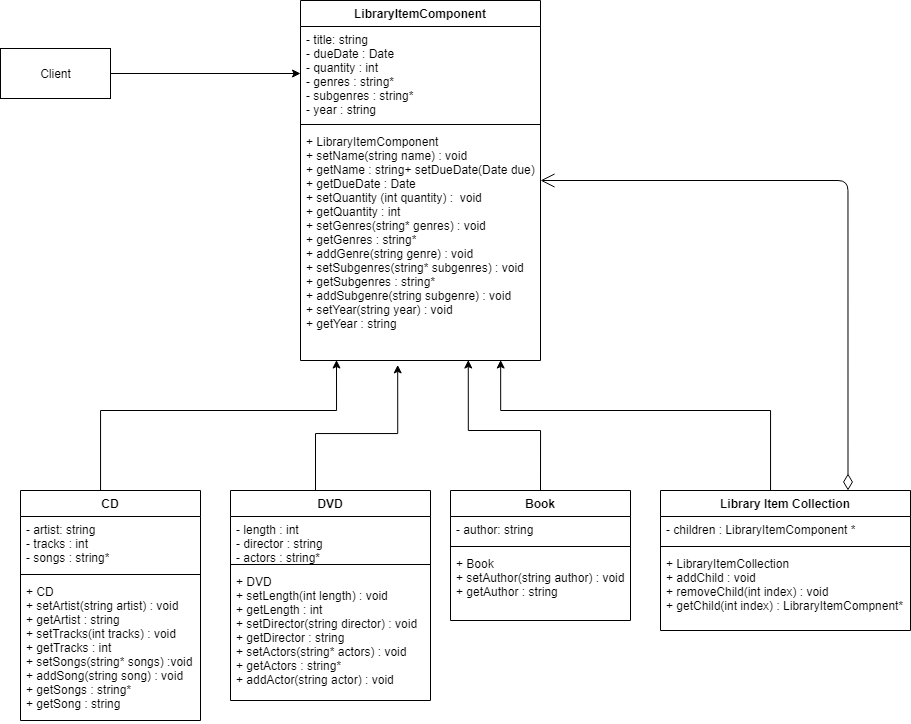
Before: images/LibraryItemUML.png, a diagram exported from draw.io (umustdye/Book-Worms). Source tidied: cells renumbered, new cells last; positions are measured from the earlier drawing's top-left corner, leaving out a move shared by most shapes. Its diagram source:
```xml
<mxGraphModel>
  <root>
    <mxCell id="0" />
    <mxCell id="1" parent="0" />
    <mxCell id="2" style="edgeStyle=orthogonalEdgeStyle;rounded=0;jettySize=auto;html=1;exitX=0.5;exitY=0;exitDx=0;exitDy=0;entryX=0.15;entryY=0.998;entryDx=0;entryDy=0;entryPerimeter=0;" parent="1" edge="1" source="3" target="25">
      <mxGeometry relative="1" as="geometry">
        <Array as="points">
          <mxPoint x="100" y="490" />
          <mxPoint x="100" y="410" />
          <mxPoint x="336" y="410" />
        </Array>
      </mxGeometry>
    </mxCell>
    <mxCell id="3" value="CD" style="swimlane;fontStyle=1;align=center;verticalAlign=top;horizontal=1;startSize=26;" parent="1" vertex="1">
      <mxGeometry x="20" y="490" width="180" height="230" as="geometry" />
    </mxCell>
    <mxCell id="4" value="- artist: string&#10;- tracks : int&#10;- songs : string*" style="text;strokeColor=none;fillColor=none;align=left;verticalAlign=top;spacingLeft=4;spacingRight=4;overflow=hidden;" parent="3" vertex="1">
      <mxGeometry y="26" width="180" height="54" as="geometry" />
    </mxCell>
    <mxCell id="5" style="line;strokeWidth=1;fillColor=none;align=left;verticalAlign=middle;spacingTop=-1;spacingLeft=3;spacingRight=3;labelPosition=right;" parent="3" vertex="1">
      <mxGeometry y="80" width="180" height="8" as="geometry" />
    </mxCell>
    <mxCell id="6" value="+ CD&#10;+ setArtist(string artist) : void&#10;+ getArtist : string&#10;+ setTracks(int tracks) : void&#10;+ getTracks : int&#10;+ setSongs(string* songs) :void&#10;+ addSong(string song) : void&#10;+ getSongs : string*&#10;+ getSong : string&#10;" style="text;strokeColor=none;fillColor=none;align=left;verticalAlign=top;spacingLeft=4;spacingRight=4;overflow=hidden;" parent="3" vertex="1">
      <mxGeometry y="88" width="180" height="142" as="geometry" />
    </mxCell>
    <mxCell id="7" style="edgeStyle=orthogonalEdgeStyle;rounded=0;jettySize=auto;html=1;exitX=0.5;exitY=0;exitDx=0;exitDy=0;entryX=0.405;entryY=1.019;entryDx=0;entryDy=0;entryPerimeter=0;" parent="1" edge="1" source="8" target="25">
      <mxGeometry relative="1" as="geometry">
        <Array as="points">
          <mxPoint x="315" y="433" />
          <mxPoint x="397" y="433" />
        </Array>
      </mxGeometry>
    </mxCell>
    <mxCell id="8" value="DVD" style="swimlane;fontStyle=1;align=center;verticalAlign=top;horizontal=1;startSize=26;" parent="1" vertex="1">
      <mxGeometry x="230" y="490" width="200" height="210" as="geometry" />
    </mxCell>
    <mxCell id="9" value="- length : int&#10;- director : string&#10;- actors : string*" style="text;strokeColor=none;fillColor=none;align=left;verticalAlign=top;spacingLeft=4;spacingRight=4;overflow=hidden;" parent="8" vertex="1">
      <mxGeometry y="26" width="200" height="44" as="geometry" />
    </mxCell>
    <mxCell id="10" style="line;strokeWidth=1;fillColor=none;align=left;verticalAlign=middle;spacingTop=-1;spacingLeft=3;spacingRight=3;labelPosition=right;" parent="8" vertex="1">
      <mxGeometry y="70" width="200" height="8" as="geometry" />
    </mxCell>
    <mxCell id="11" value="+ DVD&#10;+ setLength(int length) : void&#10;+ getLength : int&#10;+ setDirector(string director) : void&#10;+ getDirector : string&#10;+ setActors(string* actors) : void&#10;+ getActors : string*&#10;+ addActor(string actor) : void" style="text;strokeColor=none;fillColor=none;align=left;verticalAlign=top;spacingLeft=4;spacingRight=4;overflow=hidden;" parent="8" vertex="1">
      <mxGeometry y="78" width="200" height="132" as="geometry" />
    </mxCell>
    <mxCell id="12" style="edgeStyle=orthogonalEdgeStyle;rounded=0;jettySize=auto;html=1;exitX=0.5;exitY=0;exitDx=0;exitDy=0;entryX=0.699;entryY=0.998;entryDx=0;entryDy=0;entryPerimeter=0;" parent="1" edge="1" source="13" target="25">
      <mxGeometry relative="1" as="geometry">
        <Array as="points">
          <mxPoint x="540" y="430" />
          <mxPoint x="468" y="430" />
        </Array>
      </mxGeometry>
    </mxCell>
    <mxCell id="13" value="Book&#10;" style="swimlane;fontStyle=1;align=center;verticalAlign=top;horizontal=1;startSize=26;" parent="1" vertex="1">
      <mxGeometry x="450" y="490" width="180" height="130" as="geometry" />
    </mxCell>
    <mxCell id="14" value="- author: string" style="text;strokeColor=none;fillColor=none;align=left;verticalAlign=top;spacingLeft=4;spacingRight=4;overflow=hidden;" parent="13" vertex="1">
      <mxGeometry y="26" width="180" height="26" as="geometry" />
    </mxCell>
    <mxCell id="15" style="line;strokeWidth=1;fillColor=none;align=left;verticalAlign=middle;spacingTop=-1;spacingLeft=3;spacingRight=3;labelPosition=right;" parent="13" vertex="1">
      <mxGeometry y="52" width="180" height="8" as="geometry" />
    </mxCell>
    <mxCell id="16" value="+ Book&#10;+ setAuthor(string author) : void&#10;+ getAuthor : string" style="text;strokeColor=none;fillColor=none;align=left;verticalAlign=top;spacingLeft=4;spacingRight=4;overflow=hidden;" parent="13" vertex="1">
      <mxGeometry y="60" width="180" height="70" as="geometry" />
    </mxCell>
    <mxCell id="17" style="edgeStyle=orthogonalEdgeStyle;rounded=0;jettySize=auto;html=1;exitX=0.5;exitY=0;exitDx=0;exitDy=0;entryX=0.834;entryY=0.998;entryDx=0;entryDy=0;entryPerimeter=0;" parent="1" edge="1" source="18" target="25">
      <mxGeometry relative="1" as="geometry">
        <Array as="points">
          <mxPoint x="770" y="410" />
          <mxPoint x="500" y="410" />
        </Array>
      </mxGeometry>
    </mxCell>
    <mxCell id="18" value="Library Item Collection" style="swimlane;fontStyle=1;align=center;verticalAlign=top;horizontal=1;startSize=26;" parent="1" vertex="1">
      <mxGeometry x="660" y="490" width="250" height="140" as="geometry" />
    </mxCell>
    <mxCell id="19" value="- children : LibraryItemComponent *" style="text;strokeColor=none;fillColor=none;align=left;verticalAlign=top;spacingLeft=4;spacingRight=4;overflow=hidden;" parent="18" vertex="1">
      <mxGeometry y="26" width="250" height="26" as="geometry" />
    </mxCell>
    <mxCell id="20" style="line;strokeWidth=1;fillColor=none;align=left;verticalAlign=middle;spacingTop=-1;spacingLeft=3;spacingRight=3;labelPosition=right;" parent="18" vertex="1">
      <mxGeometry y="52" width="250" height="8" as="geometry" />
    </mxCell>
    <mxCell id="21" value="+ LibraryItemCollection&#10;+ addChild : void&#10;+ removeChild(int index) : void&#10;+ getChild(int index) : LibraryItemCompnent*" style="text;strokeColor=none;fillColor=none;align=left;verticalAlign=top;spacingLeft=4;spacingRight=4;overflow=hidden;" parent="18" vertex="1">
      <mxGeometry y="60" width="250" height="80" as="geometry" />
    </mxCell>
    <mxCell id="22" value="LibraryItemComponent" style="swimlane;fontStyle=1;align=center;verticalAlign=top;horizontal=1;startSize=26;" parent="1" vertex="1">
      <mxGeometry x="300" width="240" height="360" as="geometry" />
    </mxCell>
    <mxCell id="23" value="- title: string&#10;- dueDate : Date&#10;- quantity : int&#10;- genres : string*&#10;- subgenres : string*&#10;- year : string" style="text;strokeColor=none;fillColor=none;align=left;verticalAlign=top;spacingLeft=4;spacingRight=4;overflow=hidden;points=[[0,0.5],[1,0.5]];portConstraint=eastwest;" parent="22" vertex="1">
      <mxGeometry y="26" width="240" height="94" as="geometry" />
    </mxCell>
    <mxCell id="24" style="line;strokeWidth=1;fillColor=none;align=left;verticalAlign=middle;spacingTop=-1;spacingLeft=3;spacingRight=3;labelPosition=right;" parent="22" vertex="1">
      <mxGeometry y="120" width="240" height="8" as="geometry" />
    </mxCell>
    <mxCell id="25" value="+ LibraryItemComponent&#10;+ setName(string name) : void&#10;+ getName : string+ setDueDate(Date due) : void&#10;+ getDueDate : Date&#10;+ setQuantity (int quantity) :  void&#10;+ getQuantity : int&#10;+ setGenres(string* genres) : void&#10;+ getGenres : string*&#10;+ addGenre(string genre) : void&#10;+ setSubgenres(string* subgenres) : void&#10;+ getSubgenres : string*&#10;+ addSubgenre(string subgenre) : void&#10;+ setYear(string year) : void&#10;+ getYear : string" style="text;strokeColor=none;fillColor=none;align=left;verticalAlign=top;spacingLeft=4;spacingRight=4;overflow=hidden;points=[[0,0.5],[1,0.5]];portConstraint=eastwest;" parent="22" vertex="1">
      <mxGeometry y="128" width="240" height="232" as="geometry" />
    </mxCell>
    <mxCell id="26" style="edgeStyle=orthogonalEdgeStyle;rounded=0;jettySize=auto;html=1;exitX=1;exitY=0.5;exitDx=0;exitDy=0;entryX=0;entryY=0.5;entryDx=0;entryDy=0;" parent="1" edge="1" source="27" target="23">
      <mxGeometry relative="1" as="geometry" />
    </mxCell>
    <mxCell id="27" value="&lt;div&gt;Client&lt;/div&gt;" style="html=1;" parent="1" vertex="1">
      <mxGeometry y="48" width="110" height="50" as="geometry" />
    </mxCell>
    <mxCell id="28" value="&lt;div&gt;&lt;br&gt;&lt;/div&gt;&lt;div&gt;&lt;br&gt;&lt;/div&gt;" style="endArrow=open;html=1;endSize=12;startArrow=diamondThin;startSize=14;startFill=0;edgeStyle=orthogonalEdgeStyle;align=left;verticalAlign=bottom;entryX=1;entryY=0.5;entryDx=0;entryDy=0;exitX=0.75;exitY=0;exitDx=0;exitDy=0;" parent="1" edge="1" source="18" target="22">
      <mxGeometry x="-0.94" y="-10" relative="1" as="geometry" />
    </mxCell>
  </root>
</mxGraphModel>
```
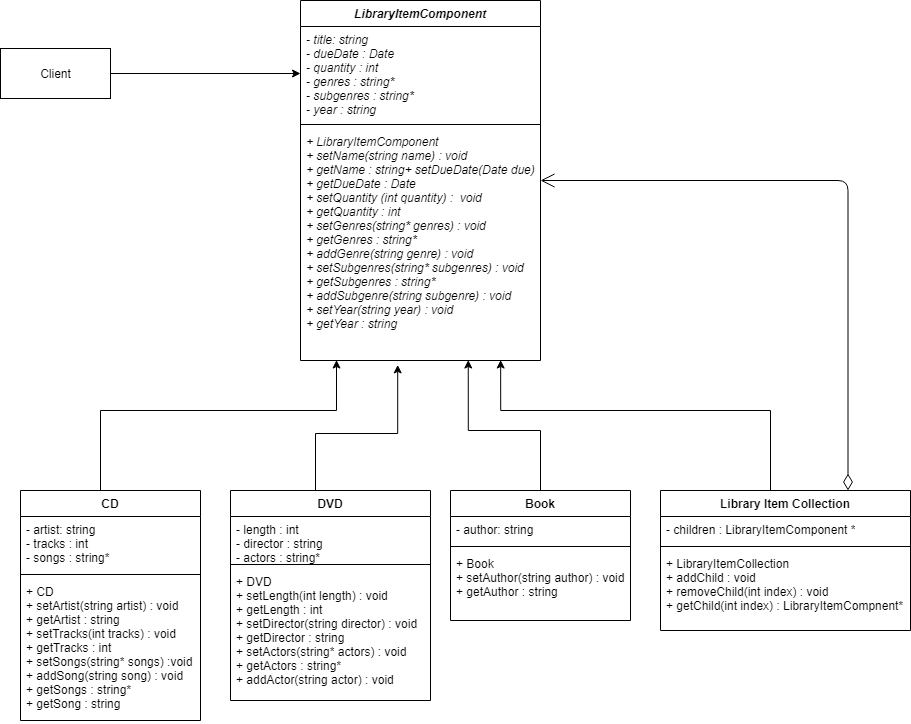
After the change.

Commit message:
update OMT composite

The edit, as a diff of the source:
```diff
@@ -83,16 +83,16 @@
     <mxCell id="21" value="+ LibraryItemCollection&#10;+ addChild : void&#10;+ removeChild(int index) : void&#10;+ getChild(int index) : LibraryItemCompnent*" style="text;strokeColor=none;fillColor=none;align=left;verticalAlign=top;spacingLeft=4;spacingRight=4;overflow=hidden;" parent="18" vertex="1">
       <mxGeometry y="60" width="250" height="80" as="geometry" />
     </mxCell>
-    <mxCell id="22" value="LibraryItemComponent" style="swimlane;fontStyle=1;align=center;verticalAlign=top;horizontal=1;startSize=26;" parent="1" vertex="1">
+    <mxCell id="22" value="LibraryItemComponent" style="swimlane;fontStyle=3;align=center;verticalAlign=top;horizontal=1;startSize=26;" parent="1" vertex="1">
       <mxGeometry x="300" width="240" height="360" as="geometry" />
     </mxCell>
-    <mxCell id="23" value="- title: string&#10;- dueDate : Date&#10;- quantity : int&#10;- genres : string*&#10;- subgenres : string*&#10;- year : string" style="text;strokeColor=none;fillColor=none;align=left;verticalAlign=top;spacingLeft=4;spacingRight=4;overflow=hidden;points=[[0,0.5],[1,0.5]];portConstraint=eastwest;" parent="22" vertex="1">
+    <mxCell id="23" value="- title: string&#10;- dueDate : Date&#10;- quantity : int&#10;- genres : string*&#10;- subgenres : string*&#10;- year : string" style="text;strokeColor=none;fillColor=none;align=left;verticalAlign=top;spacingLeft=4;spacingRight=4;overflow=hidden;points=[[0,0.5],[1,0.5]];portConstraint=eastwest;fontStyle=2;" parent="22" vertex="1">
       <mxGeometry y="26" width="240" height="94" as="geometry" />
     </mxCell>
     <mxCell id="24" style="line;strokeWidth=1;fillColor=none;align=left;verticalAlign=middle;spacingTop=-1;spacingLeft=3;spacingRight=3;labelPosition=right;" parent="22" vertex="1">
       <mxGeometry y="120" width="240" height="8" as="geometry" />
     </mxCell>
-    <mxCell id="25" value="+ LibraryItemComponent&#10;+ setName(string name) : void&#10;+ getName : string+ setDueDate(Date due) : void&#10;+ getDueDate : Date&#10;+ setQuantity (int quantity) :  void&#10;+ getQuantity : int&#10;+ setGenres(string* genres) : void&#10;+ getGenres : string*&#10;+ addGenre(string genre) : void&#10;+ setSubgenres(string* subgenres) : void&#10;+ getSubgenres : string*&#10;+ addSubgenre(string subgenre) : void&#10;+ setYear(string year) : void&#10;+ getYear : string" style="text;strokeColor=none;fillColor=none;align=left;verticalAlign=top;spacingLeft=4;spacingRight=4;overflow=hidden;points=[[0,0.5],[1,0.5]];portConstraint=eastwest;" parent="22" vertex="1">
+    <mxCell id="25" value="+ LibraryItemComponent&#10;+ setName(string name) : void&#10;+ getName : string+ setDueDate(Date due) : void&#10;+ getDueDate : Date&#10;+ setQuantity (int quantity) :  void&#10;+ getQuantity : int&#10;+ setGenres(string* genres) : void&#10;+ getGenres : string*&#10;+ addGenre(string genre) : void&#10;+ setSubgenres(string* subgenres) : void&#10;+ getSubgenres : string*&#10;+ addSubgenre(string subgenre) : void&#10;+ setYear(string year) : void&#10;+ getYear : string" style="text;strokeColor=none;fillColor=none;align=left;verticalAlign=top;spacingLeft=4;spacingRight=4;overflow=hidden;points=[[0,0.5],[1,0.5]];portConstraint=eastwest;fontStyle=2;" parent="22" vertex="1">
       <mxGeometry y="128" width="240" height="232" as="geometry" />
     </mxCell>
     <mxCell id="26" style="edgeStyle=orthogonalEdgeStyle;rounded=0;jettySize=auto;html=1;exitX=1;exitY=0.5;exitDx=0;exitDy=0;entryX=0;entryY=0.5;entryDx=0;entryDy=0;" parent="1" edge="1" source="27" target="23">
```
